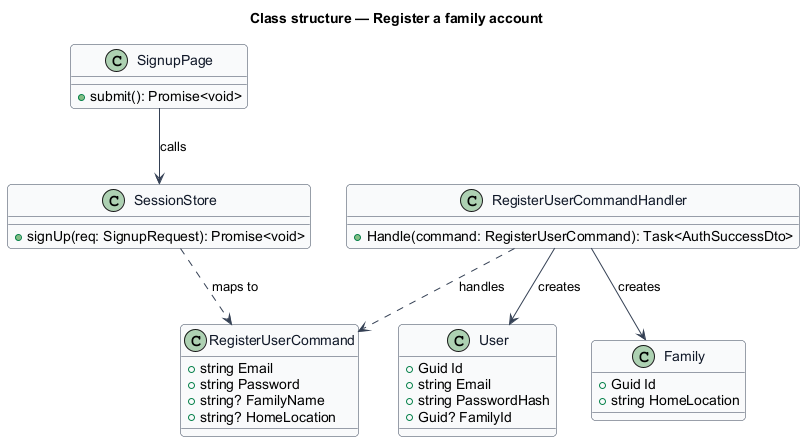
Earlier version of the PlantUML export docs/detailed-designs/identity-and-access/register-family-account/diagrams/class-structure.png (QuinntyneBrown/saturdaze). Source of this version:
```plantuml
@startuml
skinparam backgroundColor #FFFFFF
skinparam shadowing false
skinparam roundcorner 8
skinparam defaultFontName Arial
skinparam ArrowColor #344054
skinparam class {
  BorderColor #344054
  FontColor #101828
  BackgroundColor #F9FAFB
}
title Class structure — Register a family account

class SignupPage {
  +submit(): Promise<void>
}
class SessionStore {
  +signUp(req: SignupRequest): Promise<void>
}
class RegisterUserCommand {
  +string Email
  +string Password
  +string? FamilyName
  +string? HomeLocation
}
class RegisterUserCommandHandler {
  +Handle(command: RegisterUserCommand): Task<AuthSuccessDto>
}
class User {
  +Guid Id
  +string Email
  +string PasswordHash
  +Guid? FamilyId
}
class Family {
  +Guid Id
  +string HomeLocation
}
SignupPage --> SessionStore : calls
SessionStore ..> RegisterUserCommand : maps to
RegisterUserCommandHandler ..> RegisterUserCommand : handles
RegisterUserCommandHandler --> User : creates
RegisterUserCommandHandler --> Family : creates
@enduml
```
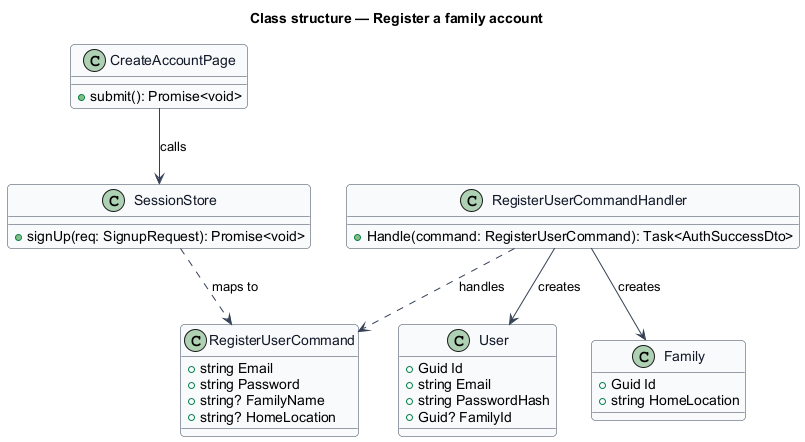
The same file after the commit.

Change to the diagram source:
```diff
@@ -11,7 +11,7 @@
 }
 title Class structure — Register a family account
 
-class SignupPage {
+class CreateAccountPage {
   +submit(): Promise<void>
 }
 class SessionStore {
@@ -36,7 +36,7 @@
   +Guid Id
   +string HomeLocation
 }
-SignupPage --> SessionStore : calls
+CreateAccountPage --> SessionStore : calls
 SessionStore ..> RegisterUserCommand : maps to
 RegisterUserCommandHandler ..> RegisterUserCommand : handles
 RegisterUserCommandHandler --> User : creates
```
